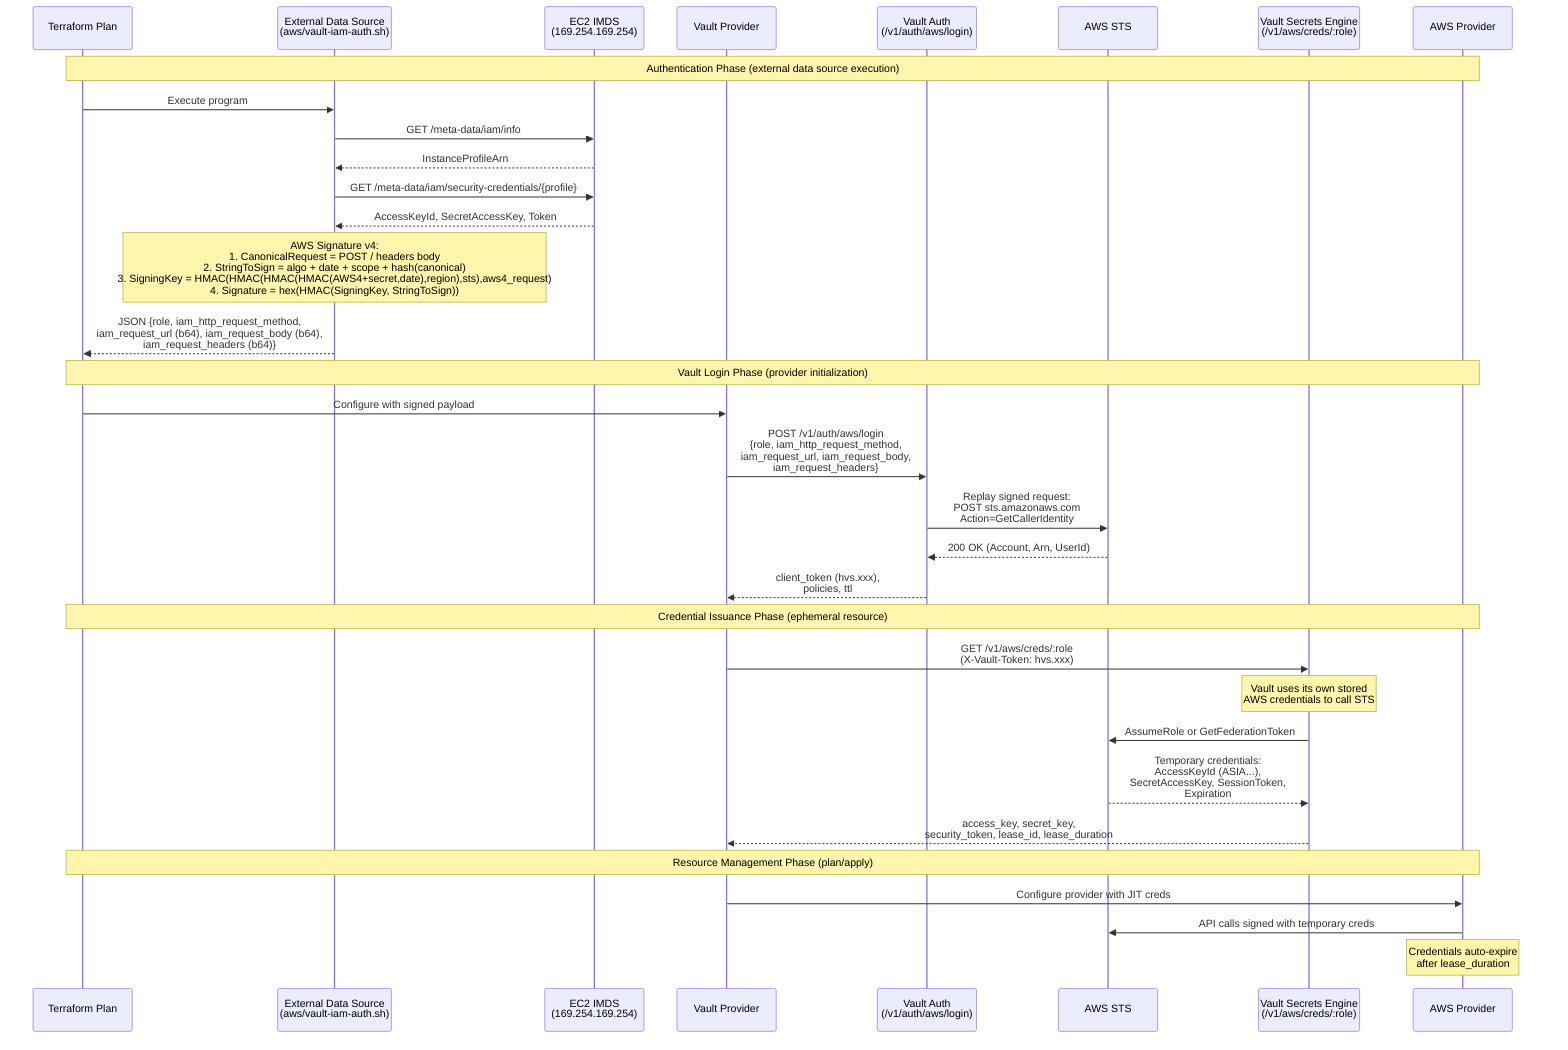
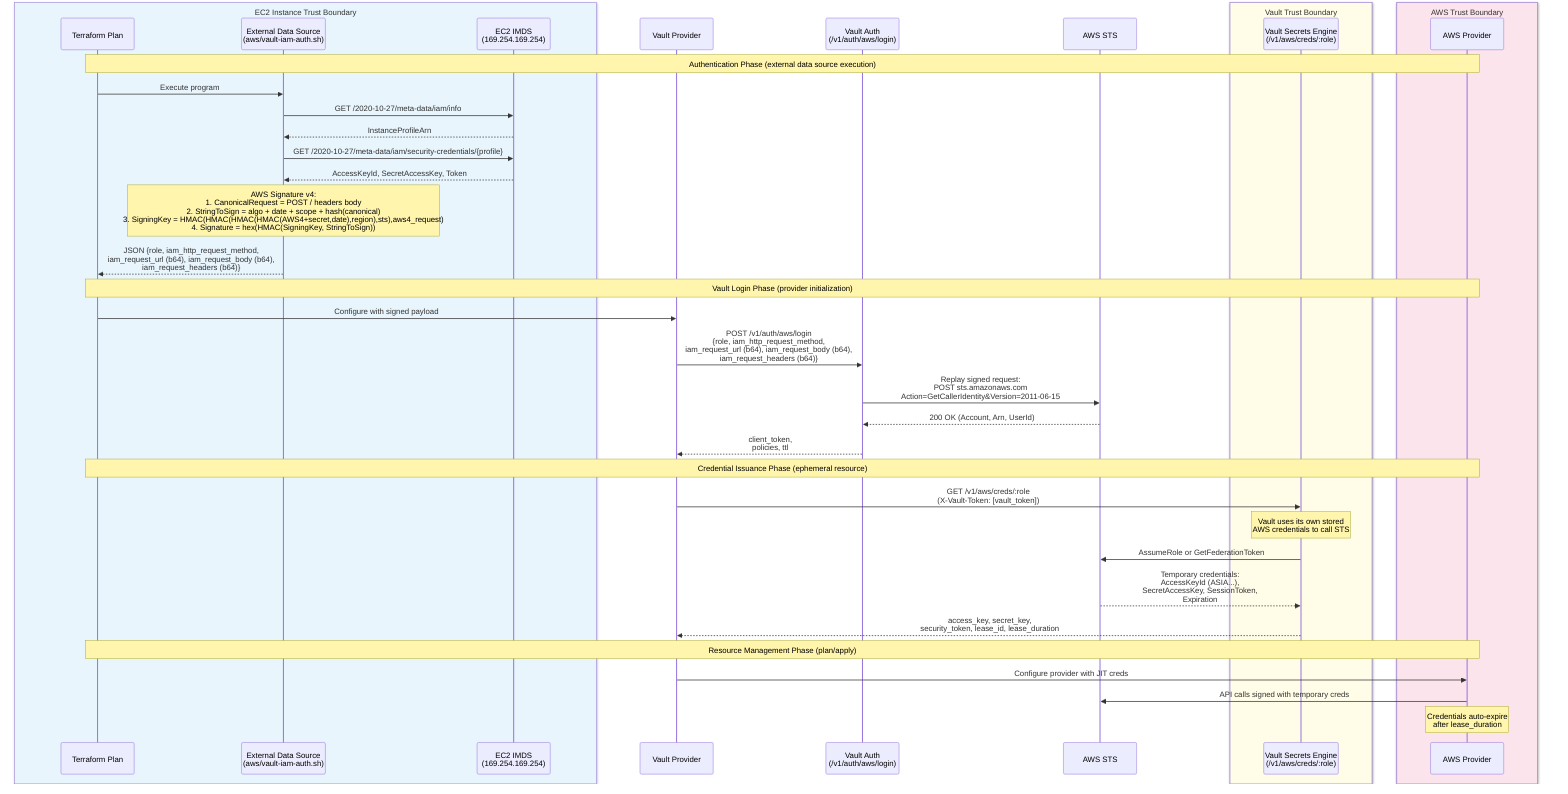
sequenceDiagram
    participant TF as Terraform Plan
    participant EXT as External Data Source<br/>(aws/vault-iam-auth.sh)
    participant IMDS as EC2 IMDS<br/>(169.254.169.254)
    participant VP as Vault Provider
    participant VAUTH as Vault Auth<br/>(/v1/auth/aws/login)
    participant STS as AWS STS
    participant VSE as Vault Secrets Engine<br/>(/v1/aws/creds/:role)
    participant AWS as AWS Provider

+     box rgb(232,245,253) EC2 Instance Trust Boundary
+         participant TF
+         participant EXT
+         participant IMDS
+     end
+ 
+     box rgb(255,253,231) Vault Trust Boundary
+         participant VP
+         participant VAUTH
+         participant VSE
+     end
+ 
+     box rgb(252,228,236) AWS Trust Boundary
+         participant STS
+         participant AWS
+     end
+ 
    Note over TF,AWS: Authentication Phase (external data source execution)
    TF->>EXT: Execute program
-     EXT->>IMDS: GET /meta-data/iam/info
+     EXT->>IMDS: GET /2020-10-27/meta-data/iam/info
    IMDS-->>EXT: InstanceProfileArn
-     EXT->>IMDS: GET /meta-data/iam/security-credentials/{profile}
+     EXT->>IMDS: GET /2020-10-27/meta-data/iam/security-credentials/{profile}
    IMDS-->>EXT: AccessKeyId, SecretAccessKey, Token
    Note over EXT: AWS Signature v4:<br/>1. CanonicalRequest = POST / headers body<br/>2. StringToSign = algo + date + scope + hash(canonical)<br/>3. SigningKey = HMAC(HMAC(HMAC(HMAC(AWS4+secret,date),region),sts),aws4_request)<br/>4. Signature = hex(HMAC(SigningKey, StringToSign))
    EXT-->>TF: JSON {role, iam_http_request_method,<br/>iam_request_url (b64), iam_request_body (b64),<br/>iam_request_headers (b64)}

    Note over TF,AWS: Vault Login Phase (provider initialization)
    TF->>VP: Configure with signed payload
-     VP->>VAUTH: POST /v1/auth/aws/login<br/>{role, iam_http_request_method,<br/>iam_request_url, iam_request_body,<br/>iam_request_headers}
-     VAUTH->>STS: Replay signed request:<br/>POST sts.amazonaws.com<br/>Action=GetCallerIdentity
+     VP->>VAUTH: POST /v1/auth/aws/login<br/>{role, iam_http_request_method,<br/>iam_request_url (b64), iam_request_body (b64),<br/>iam_request_headers (b64)}
+     VAUTH->>STS: Replay signed request:<br/>POST sts.amazonaws.com<br/>Action=GetCallerIdentity&Version=2011-06-15
    STS-->>VAUTH: 200 OK (Account, Arn, UserId)
-     VAUTH-->>VP: client_token (hvs.xxx),<br/>policies, ttl
+     VAUTH-->>VP: client_token,<br/>policies, ttl

    Note over TF,AWS: Credential Issuance Phase (ephemeral resource)
-     VP->>VSE: GET /v1/aws/creds/:role<br/>(X-Vault-Token: hvs.xxx)
+     VP->>VSE: GET /v1/aws/creds/:role<br/>(X-Vault-Token: [vault_token])
    Note over VSE: Vault uses its own stored<br/>AWS credentials to call STS
    VSE->>STS: AssumeRole or GetFederationToken
    STS-->>VSE: Temporary credentials:<br/>AccessKeyId (ASIA...),<br/>SecretAccessKey, SessionToken,<br/>Expiration
    VSE-->>VP: access_key, secret_key,<br/>security_token, lease_id, lease_duration

    Note over TF,AWS: Resource Management Phase (plan/apply)
    VP->>AWS: Configure provider with JIT creds
    AWS->>STS: API calls signed with temporary creds
    Note over AWS: Credentials auto-expire<br/>after lease_duration
